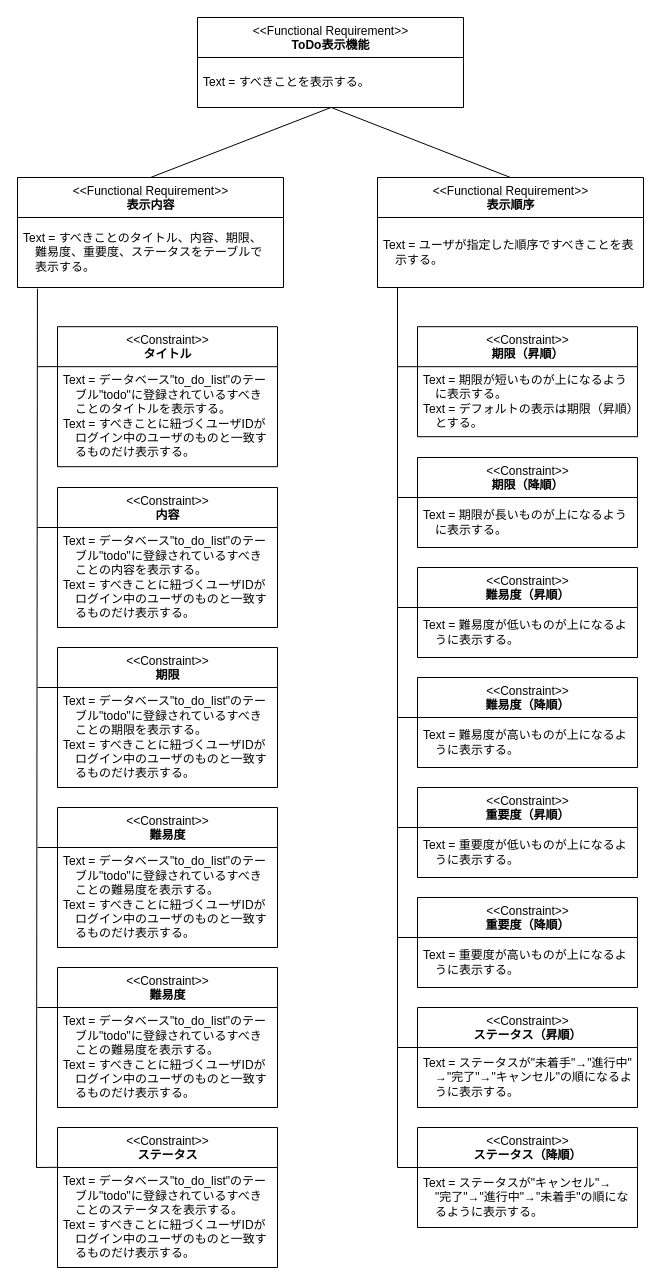
RRRYOOO/portfolio keeps this draw.io diagram as portfolio03/01/requirement_definition/requirement/portfolio03_01_requirement_todo_show.drawio. Above is the earlier version. Source tidied: cells renumbered, new cells numbered last; positions are measured from the earlier drawing's top-left corner, leaving out a move shared by most shapes. Both pictures are drawn from the tidied source at 100%, with x=0, y=0 at pixel (17, 17).
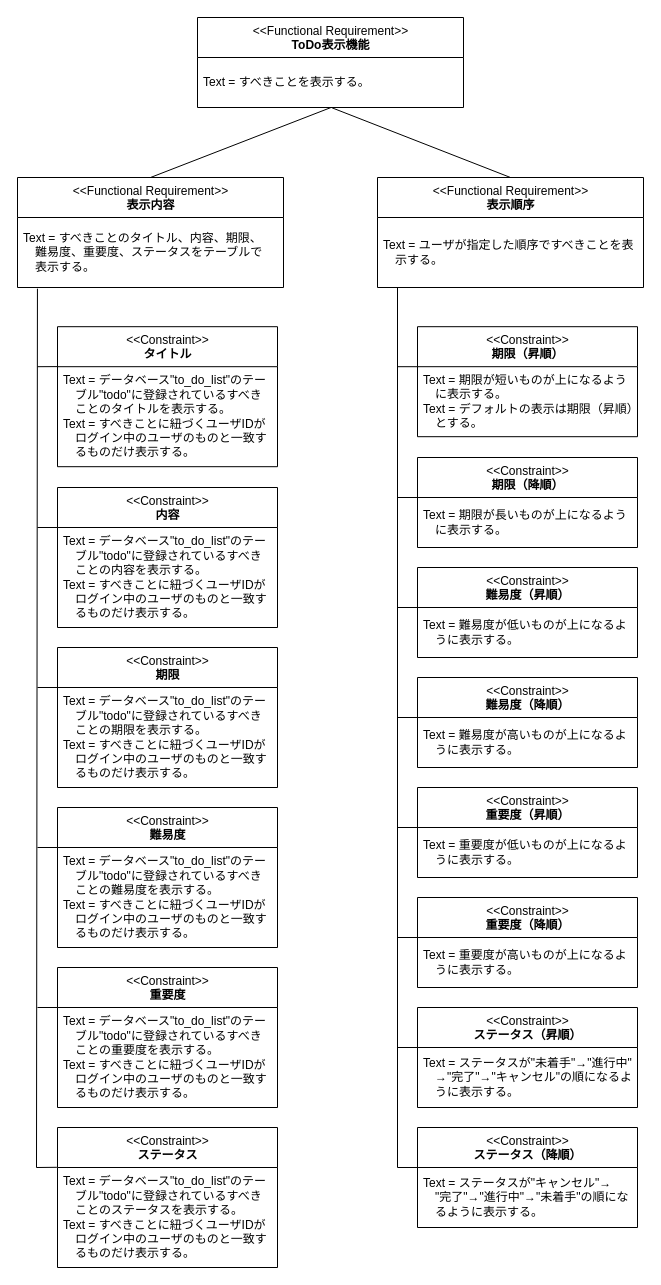
The same page after the edit.

Change to the diagram source:
```diff
@@
-    <mxCell id="28" value="&amp;lt;&amp;lt;Constraint&amp;gt;&amp;gt;&lt;br&gt;&lt;b&gt;難易度&lt;/b&gt;" style="swimlane;fontStyle=0;align=center;verticalAlign=top;horizontal=1;startSize=40;html=1;" parent="1" vertex="1">
+    <mxCell id="28" value="&amp;lt;&amp;lt;Constraint&amp;gt;&amp;gt;&lt;br&gt;&lt;b&gt;重要度&lt;/b&gt;" style="swimlane;fontStyle=0;align=center;verticalAlign=top;horizontal=1;startSize=40;html=1;" parent="1" vertex="1">
       <mxGeometry x="40" y="950" width="220" height="140" as="geometry" />
     </mxCell>
-    <mxCell id="29" value="Text = データベース&quot;to_do_list&quot;のテー&lt;br&gt;　ブル&quot;todo&quot;に登録されているすべき&lt;br&gt;　ことの難易度を表示する。&lt;br&gt;Text = すべきことに紐づくユーザIDが&lt;br&gt;　ログイン中のユーザのものと一致す&lt;br&gt;　るものだけ表示する。" style="text;html=1;strokeColor=none;fillColor=none;align=left;verticalAlign=middle;spacingLeft=4;spacingRight=4;overflow=hidden;points=[[0,0.5],[1,0.5]];portConstraint=eastwest;" parent="28" vertex="1">
+    <mxCell id="29" value="Text = データベース&quot;to_do_list&quot;のテー&lt;br&gt;　ブル&quot;todo&quot;に登録されているすべき&lt;br&gt;　ことの重要度を表示する。&lt;br&gt;Text = すべきことに紐づくユーザIDが&lt;br&gt;　ログイン中のユーザのものと一致す&lt;br&gt;　るものだけ表示する。" style="text;html=1;strokeColor=none;fillColor=none;align=left;verticalAlign=middle;spacingLeft=4;spacingRight=4;overflow=hidden;points=[[0,0.5],[1,0.5]];portConstraint=eastwest;" parent="28" vertex="1">
       <mxGeometry y="40" width="220" height="100" as="geometry" />
     </mxCell>
```
